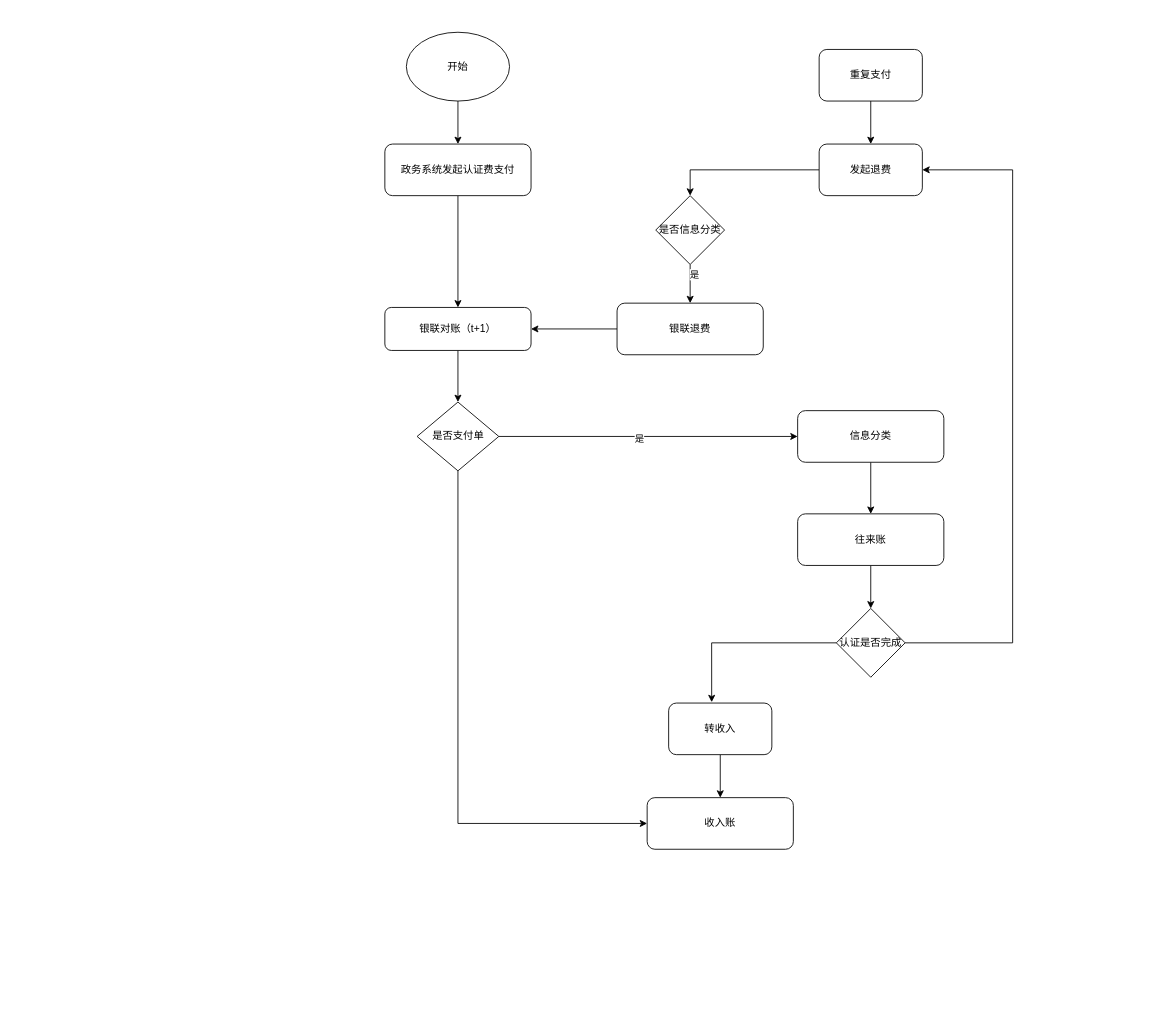
zhangfengman/autoJs keeps this draw.io diagram as 未命名绘图.drawio. Above is the earlier version. Source tidied: cells renumbered, new cells numbered last; positions are measured from the earlier drawing's top-left corner, leaving out a move shared by most shapes. Both pictures are drawn from the tidied source at 86%, with x=0, y=0 at pixel (384, 32).
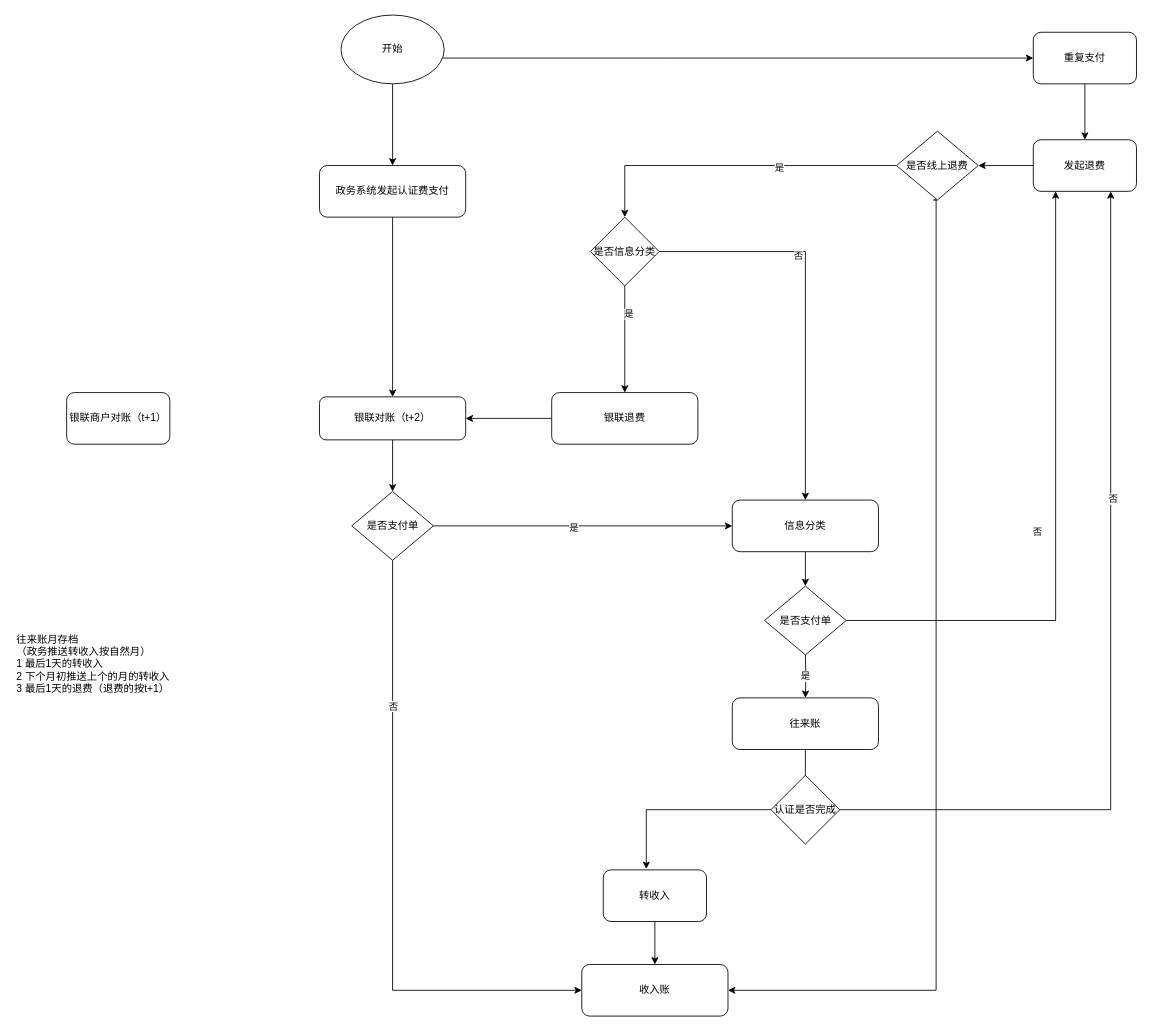
The same page after the edit.

Commit message:
更新未命名绘图.drawio

Diff of the diagram source:
```diff
@@
     <mxCell id="3" value="政务系统发起认证费支付" style="rounded=1;whiteSpace=wrap;html=1;" parent="1" vertex="1">
-      <mxGeometry y="130" width="170" height="60" as="geometry" />
+      <mxGeometry x="-76" y="155" width="170" height="60" as="geometry" />
     </mxCell>
-    <mxCell id="4" style="edgeStyle=orthogonalEdgeStyle;rounded=0;jettySize=auto;html=1;" parent="1" edge="1" source="5" target="7">
-      <mxGeometry relative="1" as="geometry" />
-    </mxCell>
+    <mxCell id="31" style="edgeStyle=orthogonalEdgeStyle;rounded=0;jettySize=auto;html=1;" parent="1" edge="1" source="5" target="41">
+      <mxGeometry relative="1" as="geometry" />
+    </mxCell>
     <mxCell id="5" value="信息分类" style="rounded=1;whiteSpace=wrap;html=1;" parent="1" vertex="1">
-      <mxGeometry x="480" y="440" width="170" height="60" as="geometry" />
+      <mxGeometry x="404" y="544" width="170" height="60" as="geometry" />
     </mxCell>
-    <mxCell id="6" style="edgeStyle=orthogonalEdgeStyle;rounded=0;jettySize=auto;html=1;" parent="1" edge="1" source="7" target="9">
-      <mxGeometry relative="1" as="geometry" />
+    <mxCell id="6" style="edgeStyle=orthogonalEdgeStyle;rounded=0;jettySize=auto;html=1;" parent="1" edge="1" source="7">
+      <mxGeometry relative="1" as="geometry">
+        <mxPoint x="489" y="884" as="targetPoint" />
+      </mxGeometry>
     </mxCell>
     <mxCell id="7" value="往来账" style="rounded=1;whiteSpace=wrap;html=1;" parent="1" vertex="1">
-      <mxGeometry x="480" y="560" width="170" height="60" as="geometry" />
+      <mxGeometry x="404" y="774" width="170" height="60" as="geometry" />
     </mxCell>
-    <mxCell id="8" style="edgeStyle=orthogonalEdgeStyle;rounded=0;jettySize=auto;html=1;entryX=1;entryY=0.5;entryDx=0;entryDy=0;" parent="1" edge="1" source="9" target="14">
-      <mxGeometry relative="1" as="geometry">
-        <Array as="points">
-          <mxPoint x="730" y="710" />
-          <mxPoint x="730" y="160" />
-        </Array>
-      </mxGeometry>
+    <mxCell id="8" style="edgeStyle=orthogonalEdgeStyle;rounded=0;jettySize=auto;html=1;entryX=0.75;entryY=1;entryDx=0;entryDy=0;" parent="1" edge="1" source="9" target="14">
+      <mxGeometry relative="1" as="geometry" />
     </mxCell>
+    <mxCell id="32" value="否" style="edgeLabel;html=1;align=center;verticalAlign=middle;" parent="8" vertex="1">
+      <mxGeometry x="0.31" y="-2" relative="1" as="geometry" />
+    </mxCell>
     <mxCell id="9" value="认证是否完成" style="rhombus;whiteSpace=wrap;html=1;" parent="1" vertex="1">
-      <mxGeometry x="525" y="670" width="80" height="80" as="geometry" />
+      <mxGeometry x="449" y="864" width="80" height="80" as="geometry" />
     </mxCell>
     <mxCell id="10" value="收入账" style="rounded=1;whiteSpace=wrap;html=1;" parent="1" vertex="1">
-      <mxGeometry x="305" y="890" width="170" height="60" as="geometry" />
+      <mxGeometry x="229" y="1084" width="170" height="60" as="geometry" />
     </mxCell>
@@
     <mxCell id="12" value="转收入" style="rounded=1;whiteSpace=wrap;html=1;" parent="1" vertex="1">
-      <mxGeometry x="330" y="780" width="120" height="60" as="geometry" />
+      <mxGeometry x="254" y="974" width="120" height="60" as="geometry" />
     </mxCell>
-    <mxCell id="13" style="edgeStyle=orthogonalEdgeStyle;rounded=0;jettySize=auto;html=1;entryX=0.5;entryY=0;entryDx=0;entryDy=0;" parent="1" edge="1" source="14" target="28">
-      <mxGeometry relative="1" as="geometry" />
-    </mxCell>
+    <mxCell id="33" style="edgeStyle=orthogonalEdgeStyle;rounded=0;jettySize=auto;html=1;entryX=1;entryY=0.5;entryDx=0;entryDy=0;" parent="1" edge="1" source="14" target="45">
+      <mxGeometry relative="1" as="geometry" />
+    </mxCell>
     <mxCell id="14" value="发起退费" style="rounded=1;whiteSpace=wrap;html=1;" parent="1" vertex="1">
-      <mxGeometry x="505" y="130" width="120" height="60" as="geometry" />
+      <mxGeometry x="754" y="125" width="120" height="60" as="geometry" />
     </mxCell>
@@
-    <mxCell id="16" value="银联对账（t+1）" style="rounded=1;whiteSpace=wrap;html=1;" parent="1" vertex="1">
-      <mxGeometry y="320" width="170" height="50" as="geometry" />
+    <mxCell id="16" value="银联对账（t+2）" style="rounded=1;whiteSpace=wrap;html=1;" parent="1" vertex="1">
+      <mxGeometry x="-76" y="424" width="170" height="50" as="geometry" />
     </mxCell>
@@
     <mxCell id="19" style="edgeStyle=orthogonalEdgeStyle;rounded=0;jettySize=auto;html=1;entryX=0;entryY=0.5;entryDx=0;entryDy=0;" parent="1" edge="1" source="20" target="10">
       <mxGeometry relative="1" as="geometry">
         <Array as="points">
-          <mxPoint x="85" y="920" />
+          <mxPoint x="9" y="1114" />
         </Array>
       </mxGeometry>
     </mxCell>
+    <mxCell id="34" value="否" style="edgeLabel;html=1;align=center;verticalAlign=middle;" parent="19" vertex="1">
+      <mxGeometry x="-0.53" relative="1" as="geometry" />
+    </mxCell>
     <mxCell id="20" value="是否支付单" style="rhombus;whiteSpace=wrap;html=1;" parent="1" vertex="1">
-      <mxGeometry x="37.5" y="430" width="95" height="80" as="geometry" />
+      <mxGeometry x="-38.5" y="534" width="95" height="80" as="geometry" />
     </mxCell>
@@
+    <mxCell id="35" style="edgeStyle=orthogonalEdgeStyle;rounded=0;jettySize=auto;html=1;entryX=0;entryY=0.5;entryDx=0;entryDy=0;" parent="1" edge="1" source="23" target="25">
+      <mxGeometry relative="1" as="geometry">
+        <Array as="points">
+          <mxPoint x="330" y="30" />
+          <mxPoint x="330" y="30" />
+        </Array>
+      </mxGeometry>
+    </mxCell>
     <mxCell id="23" value="开始" style="ellipse;whiteSpace=wrap;html=1;" parent="1" vertex="1">
-      <mxGeometry x="25" width="120" height="80" as="geometry" />
+      <mxGeometry x="-51" y="-20" width="120" height="80" as="geometry" />
     </mxCell>
@@
     <mxCell id="25" value="重复支付" style="rounded=1;whiteSpace=wrap;html=1;" parent="1" vertex="1">
-      <mxGeometry x="505" y="20" width="120" height="60" as="geometry" />
+      <mxGeometry x="754" width="120" height="60" as="geometry" />
     </mxCell>
@@
+    <mxCell id="36" style="edgeStyle=orthogonalEdgeStyle;rounded=0;jettySize=auto;html=1;entryX=0.5;entryY=0;entryDx=0;entryDy=0;" parent="1" edge="1" source="28" target="5">
+      <mxGeometry relative="1" as="geometry" />
+    </mxCell>
+    <mxCell id="37" value="否" style="edgeLabel;html=1;align=center;verticalAlign=middle;" parent="36" vertex="1">
+      <mxGeometry x="-0.3" y="-4" relative="1" as="geometry" />
+    </mxCell>
     <mxCell id="28" value="是否信息分类" style="rhombus;whiteSpace=wrap;html=1;" parent="1" vertex="1">
-      <mxGeometry x="315" y="190" width="80" height="80" as="geometry" />
+      <mxGeometry x="239" y="215" width="80" height="80" as="geometry" />
     </mxCell>
@@
     <mxCell id="30" value="银联退费" style="rounded=1;whiteSpace=wrap;html=1;" parent="1" vertex="1">
-      <mxGeometry x="270" y="315" width="170" height="60" as="geometry" />
+      <mxGeometry x="194" y="419" width="170" height="60" as="geometry" />
     </mxCell>
+    <mxCell id="38" value="是" style="edgeStyle=orthogonalEdgeStyle;rounded=0;jettySize=auto;html=1;entryX=0.5;entryY=0;entryDx=0;entryDy=0;" parent="1" edge="1" target="7">
+      <mxGeometry relative="1" as="geometry">
+        <mxPoint x="489" y="724" as="sourcePoint" />
+      </mxGeometry>
+    </mxCell>
+    <mxCell id="39" style="edgeStyle=orthogonalEdgeStyle;rounded=0;jettySize=auto;html=1;" parent="1" edge="1" source="41" target="14">
+      <mxGeometry relative="1" as="geometry">
+        <Array as="points">
+          <mxPoint x="780" y="684" />
+        </Array>
+      </mxGeometry>
+    </mxCell>
+    <mxCell id="40" value="否" style="edgeLabel;html=1;align=center;verticalAlign=middle;" parent="39" vertex="1">
+      <mxGeometry x="-0.39" y="-4" relative="1" as="geometry">
+        <mxPoint x="-4" y="-108" as="offset" />
+      </mxGeometry>
+    </mxCell>
+    <mxCell id="41" value="是否支付单" style="rhombus;whiteSpace=wrap;html=1;" parent="1" vertex="1">
+      <mxGeometry x="441.5" y="644" width="95" height="80" as="geometry" />
+    </mxCell>
+    <mxCell id="42" style="edgeStyle=orthogonalEdgeStyle;rounded=0;jettySize=auto;html=1;" parent="1" edge="1" source="45" target="28">
+      <mxGeometry relative="1" as="geometry" />
+    </mxCell>
+    <mxCell id="43" value="是" style="edgeLabel;html=1;align=center;verticalAlign=middle;" parent="42" vertex="1">
+      <mxGeometry x="-0.27" y="2" relative="1" as="geometry" />
+    </mxCell>
+    <mxCell id="44" style="edgeStyle=orthogonalEdgeStyle;rounded=0;jettySize=auto;html=1;exitX=0.5;exitY=1;exitDx=0;exitDy=0;entryX=1;entryY=0.5;entryDx=0;entryDy=0;" parent="1" edge="1" source="45" target="10">
+      <mxGeometry relative="1" as="geometry">
+        <Array as="points">
+          <mxPoint x="638" y="195" />
+          <mxPoint x="641" y="195" />
+          <mxPoint x="641" y="1114" />
+        </Array>
+      </mxGeometry>
+    </mxCell>
+    <mxCell id="45" value="是否线上退费" style="rhombus;whiteSpace=wrap;html=1;" parent="1" vertex="1">
+      <mxGeometry x="595" y="115" width="95" height="80" as="geometry" />
+    </mxCell>
+    <mxCell id="46" value="银联商户对账（t+1）" style="rounded=1;whiteSpace=wrap;html=1;" parent="1" vertex="1">
+      <mxGeometry x="-370" y="419" width="120" height="60" as="geometry" />
+    </mxCell>
+    <mxCell id="47" value="&lt;h1 style=&quot;margin-top: 0px;&quot;&gt;&lt;br&gt;&lt;/h1&gt;" style="text;html=1;whiteSpace=wrap;overflow=hidden;rounded=0;" parent="1" vertex="1">
+      <mxGeometry x="-410" y="580" width="180" height="120" as="geometry" />
+    </mxCell>
+    <mxCell id="48" value="往来账月存档&lt;div&gt;（政务推送转收入按自然月）&lt;br&gt;1 最后1天的转收入&lt;br&gt;2 下个月初推送上个的月的转收入&lt;br&gt;&lt;div&gt;3 最后1天的退费（退费的按t+1）&lt;/div&gt;&lt;/div&gt;" style="text;strokeColor=none;align=left;fillColor=none;html=1;verticalAlign=middle;whiteSpace=wrap;rounded=0;" parent="1" vertex="1">
+      <mxGeometry x="-430" y="650" width="240" height="170" as="geometry" />
+    </mxCell>
```
